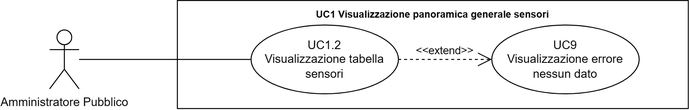
Above: src/3_PB/AnalisiDeiRequisiti/assets/UML/UC1.2_Visualizzazione-tabella-sensori.png in SWATEngineering/Docs (draw.io), before the change. Source tidied: cells renumbered, new cells last; positions are measured from the earlier drawing's top-left corner, leaving out a move shared by most shapes.
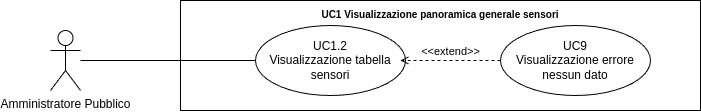
After the commit.

Commit message:
sistemate le direzioni delle freccie extend

The edit, as a diff of the source:
```diff
@@ -17,8 +17,10 @@
     <mxCell id="6" value="UC9&lt;br&gt;Visualizzazione errore nessun dato" style="ellipse;whiteSpace=wrap;html=1;" parent="1" vertex="1">
       <mxGeometry x="450" y="25" width="150" height="70" as="geometry" />
     </mxCell>
-    <mxCell id="7" value="&amp;lt;&amp;lt;extend&amp;gt;&amp;gt;" style="edgeStyle=none;html=1;startArrow=open;endArrow=none;startSize=12;verticalAlign=bottom;dashed=1;labelBackgroundColor=none;rounded=0;" parent="1" edge="1" source="6" target="4">
-      <mxGeometry relative="1" as="geometry" />
+    <mxCell id="7" value="&amp;lt;&amp;lt;extend&amp;gt;&amp;gt;" style="html=1;verticalAlign=bottom;labelBackgroundColor=none;endArrow=open;endFill=0;dashed=1;rounded=0;exitX=0;exitY=0.5;exitDx=0;exitDy=0;" parent="1" edge="1" source="6">
+      <mxGeometry relative="1" as="geometry">
+        <mxPoint x="350" y="60" as="targetPoint" />
+      </mxGeometry>
     </mxCell>
   </root>
 </mxGraphModel>
```
